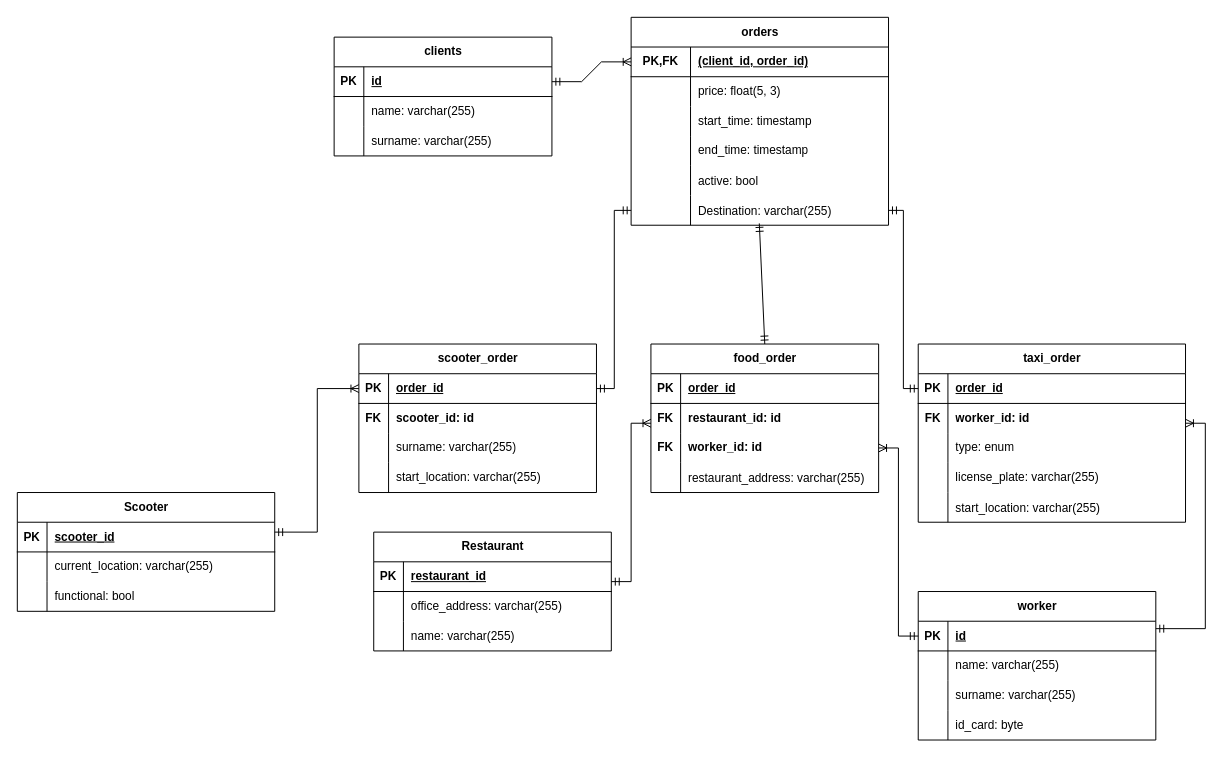
This is diagrams/zolt.drawio from micdom4/pas, a draw.io file, before an edit. Source tidied: cells renumbered, new cells numbered last; positions are measured from the earlier drawing's top-left corner, leaving out a move shared by most shapes. Both pictures are drawn from the tidied source at 99%, with x=0, y=0 at pixel (17, 17).
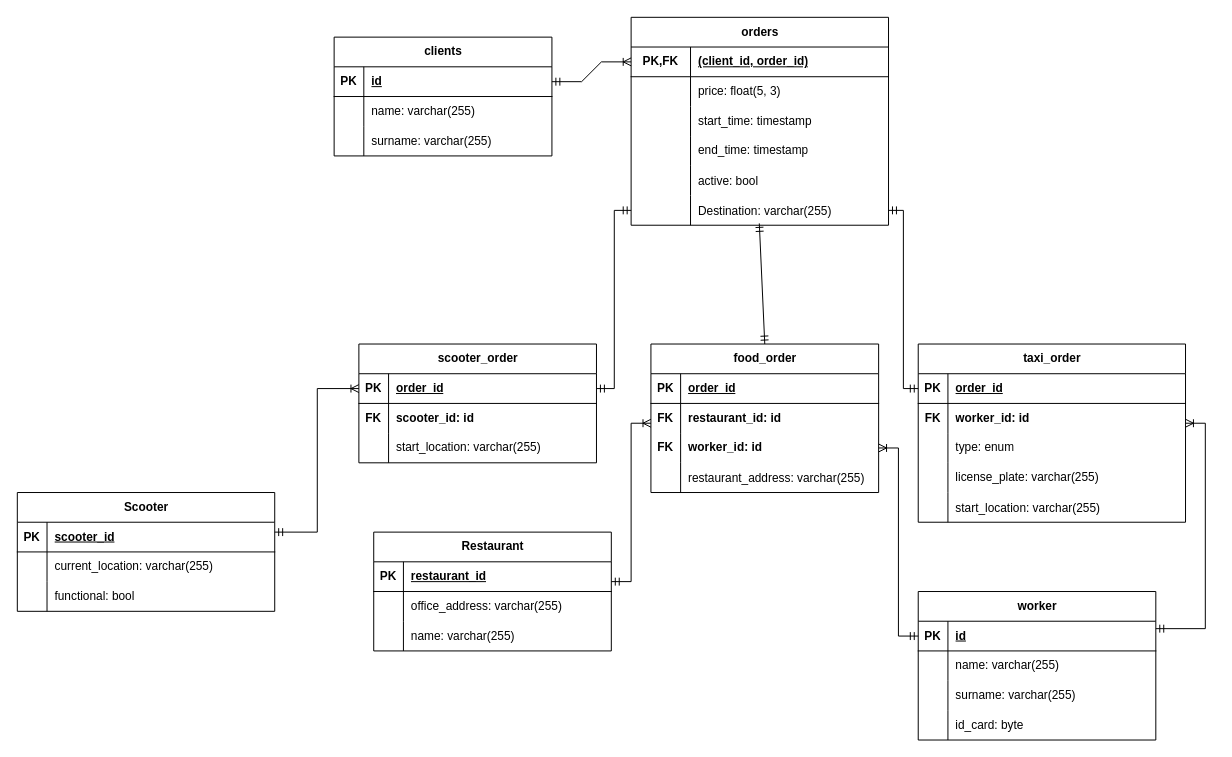
The same diagram, later.

Commit message (it also covers changes not shown here):
adjusted the structure to diagram

Change to the diagram source:
```diff
@@
     <mxCell id="45" value="scooter_order" style="shape=table;startSize=30;childLayout=tableLayout;rowLines=0;fontStyle=1;align=center;html=1;" parent="1" vertex="1">
-      <mxGeometry x="345" y="330" width="240" height="150" as="geometry" />
+      <mxGeometry x="345" y="330" width="240" height="120" as="geometry" />
     </mxCell>
@@
-    <mxCell id="52" style="shape=tableRow;horizontal=0;startSize=0;swimlaneHead=0;swimlaneBody=0;fillColor=none;top=0;left=0;right=0;bottom=0;" parent="45" vertex="1">
-      <mxGeometry y="90" width="240" height="30" as="geometry" />
-    </mxCell>
-    <mxCell id="53" style="shape=partialRectangle;fillColor=none;top=0;left=0;bottom=0;right=0;overflow=hidden;whiteSpace=wrap;html=1;" parent="52" vertex="1">
-      <mxGeometry width="30" height="30" as="geometry" />
-    </mxCell>
-    <mxCell id="54" value="surname: varchar(255)" style="shape=partialRectangle;fillColor=none;top=0;left=0;bottom=0;right=0;align=left;spacingLeft=6;overflow=hidden;whiteSpace=wrap;html=1;" parent="52" vertex="1">
-      <mxGeometry x="30" width="210" height="30" as="geometry" />
-    </mxCell>
     <mxCell id="55" style="shape=tableRow;horizontal=0;startSize=0;swimlaneHead=0;swimlaneBody=0;fillColor=none;top=0;left=0;right=0;bottom=0;" parent="45" vertex="1">
-      <mxGeometry y="120" width="240" height="30" as="geometry" />
+      <mxGeometry y="90" width="240" height="30" as="geometry" />
     </mxCell>
```
